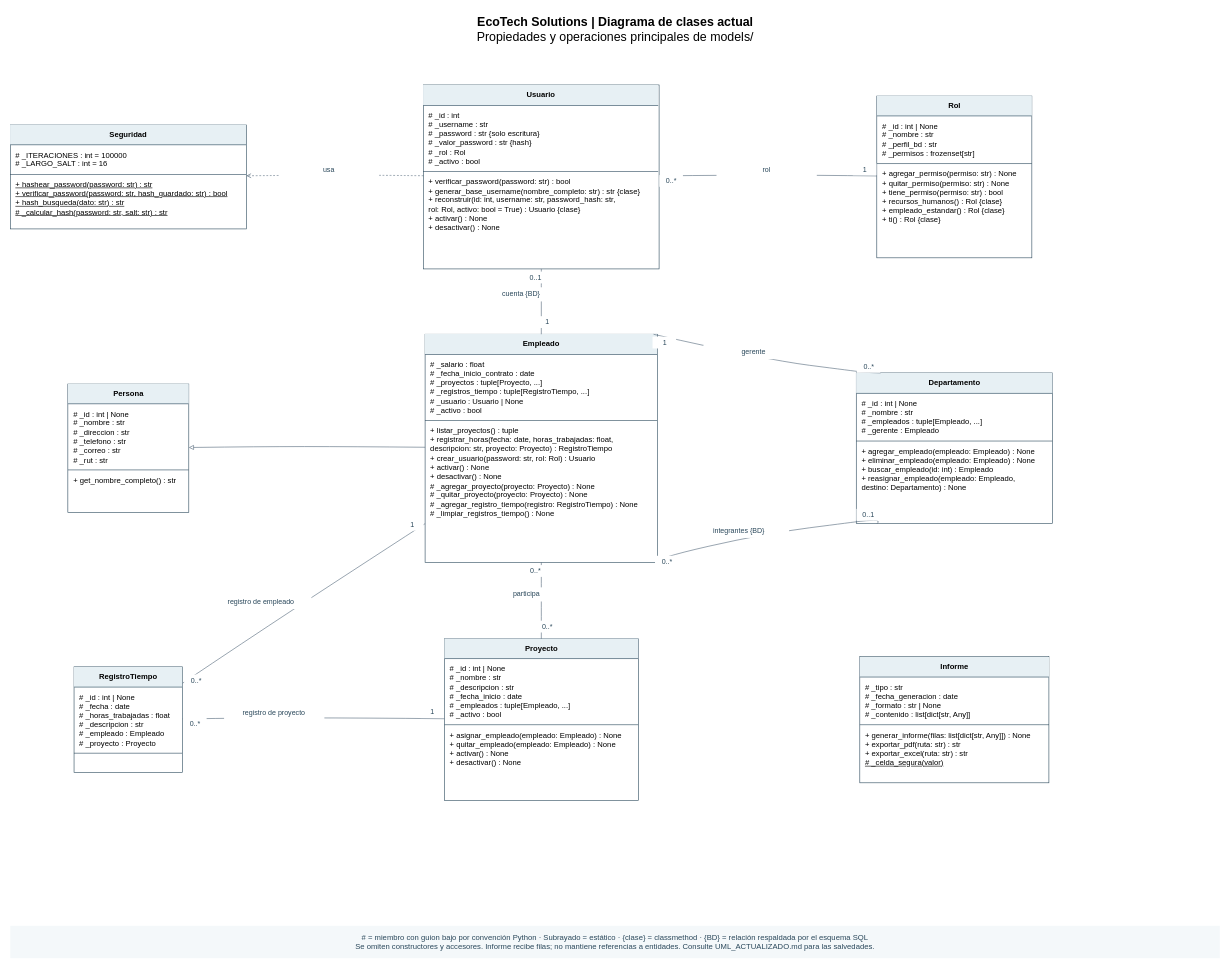
Above: page "1. Clases del dominio" (1 of 2) of docs/uml/ecotech_actualizado.drawio in Sergio-Momos/ecotech_proyect (draw.io), before the change. Source tidied: cells renumbered, new cells numbered last; positions are measured from the earlier drawing's top-left corner, leaving out a move shared by most shapes. Both pictures are drawn from the tidied source at 59%, with x=0, y=0 at pixel (10, 10).
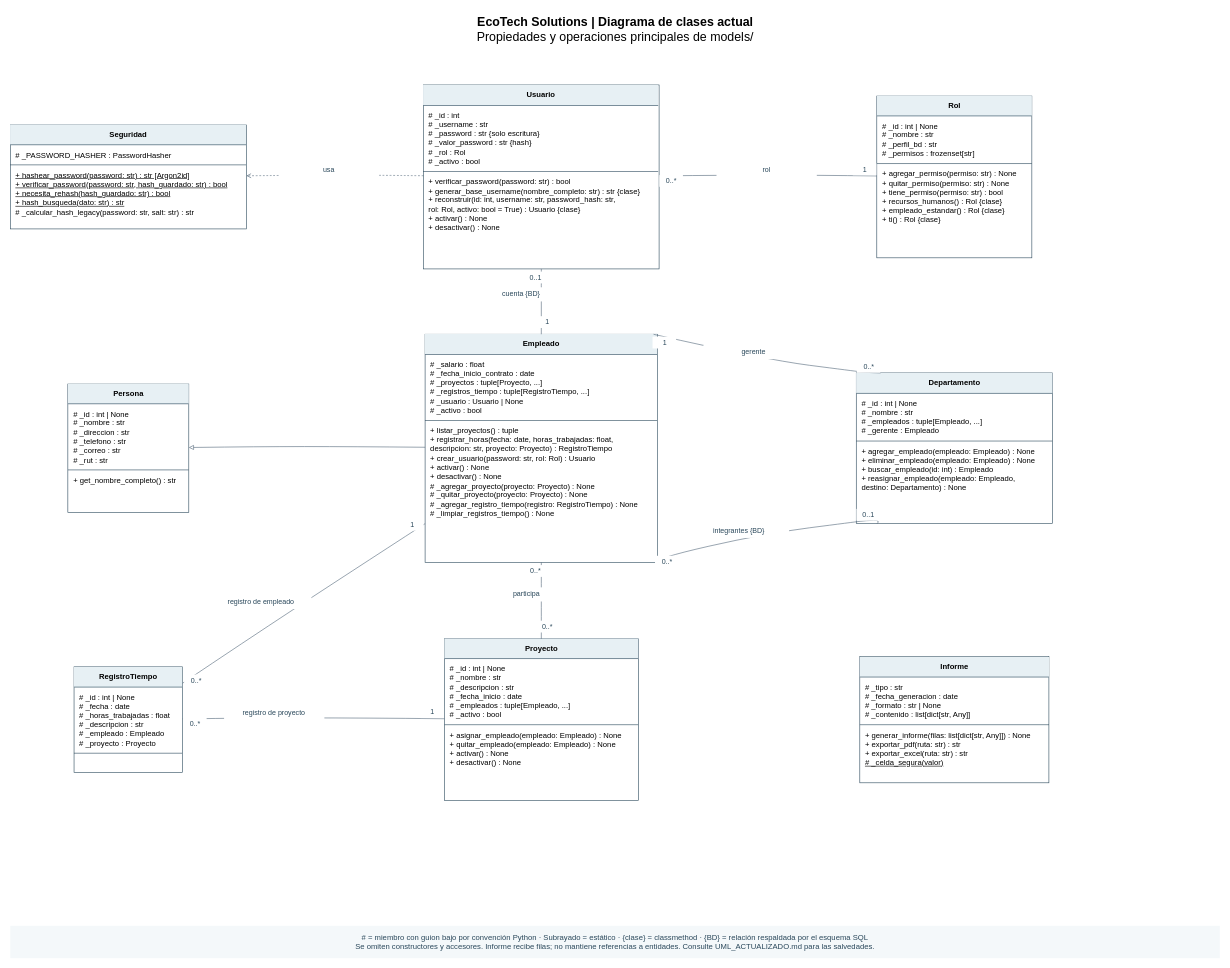
After the change.

Change to the diagram source:
```diff
@@
-    <mxCell id="7" value="&lt;div style=&quot;text-align:center;background-color:#e7f0f4;padding:9px;border-bottom:1px solid #29475a;&quot;&gt;&lt;b&gt;Seguridad&lt;/b&gt;&lt;/div&gt;&lt;div style=&quot;padding:9px;border-bottom:1px solid #29475a;&quot;&gt;# _ITERACIONES : int = 100000&lt;br&gt;# _LARGO_SALT : int = 16&lt;/div&gt;&lt;div style=&quot;padding:9px;&quot;&gt;&lt;u&gt;+ hashear_password(password: str) : str&lt;/u&gt;&lt;br&gt;&lt;u&gt;+ verificar_password(password: str, hash_guardado: str) : bool&lt;/u&gt;&lt;br&gt;&lt;u&gt;+ hash_busqueda(dato: str) : str&lt;/u&gt;&lt;br&gt;&lt;u&gt;# _calcular_hash(password: str, salt: str) : str&lt;/u&gt;&lt;/div&gt;" style="rounded=0;whiteSpace=wrap;html=1;overflow=fill;align=left;verticalAlign=top;spacing=0;fontSize=13;fontFamily=Helvetica;fillColor=#ffffff;strokeColor=#29475A;" parent="1" vertex="1">
+    <mxCell id="7" value="&lt;div style=&quot;text-align:center;background-color:#e7f0f4;padding:9px;border-bottom:1px solid #29475a;&quot;&gt;&lt;b&gt;Seguridad&lt;/b&gt;&lt;/div&gt;&lt;div style=&quot;padding:9px;border-bottom:1px solid #29475a;&quot;&gt;# _PASSWORD_HASHER : PasswordHasher&lt;/div&gt;&lt;div style=&quot;padding:9px;&quot;&gt;&lt;u&gt;+ hashear_password(password: str) : str [Argon2id]&lt;/u&gt;&lt;br&gt;&lt;u&gt;+ verificar_password(password: str, hash_guardado: str) : bool&lt;/u&gt;&lt;br&gt;&lt;u&gt;+ necesita_rehash(hash_guardado: str) : bool&lt;/u&gt;&lt;br&gt;&lt;u&gt;+ hash_busqueda(dato: str) : str&lt;/u&gt;&lt;br&gt;# _calcular_hash_legacy(password: str, salt: str) : str&lt;/div&gt;" style="rounded=0;whiteSpace=wrap;html=1;overflow=fill;align=left;verticalAlign=top;spacing=0;fontSize=13;fontFamily=Helvetica;fillColor=#ffffff;strokeColor=#29475A;" parent="1" vertex="1">
       <mxGeometry y="194.3" width="400" height="176.2" as="geometry" />
     </mxCell>
```
